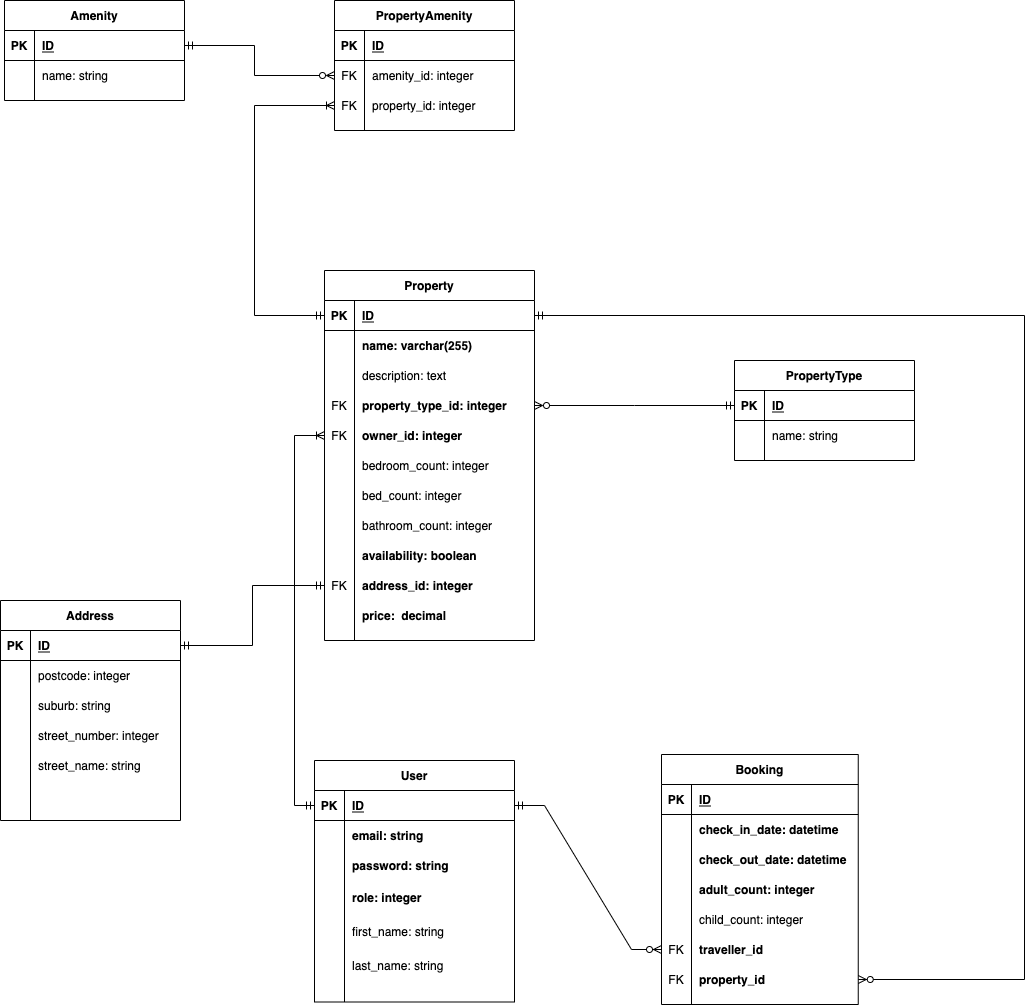
Above: app/assets/docs/marketplace_enjoyz.drawio.png in shaneqi72/Enjoyz (draw.io), before the change. Source tidied: cells renumbered, new cells last; positions are measured from the earlier drawing's top-left corner, leaving out a move shared by most shapes.
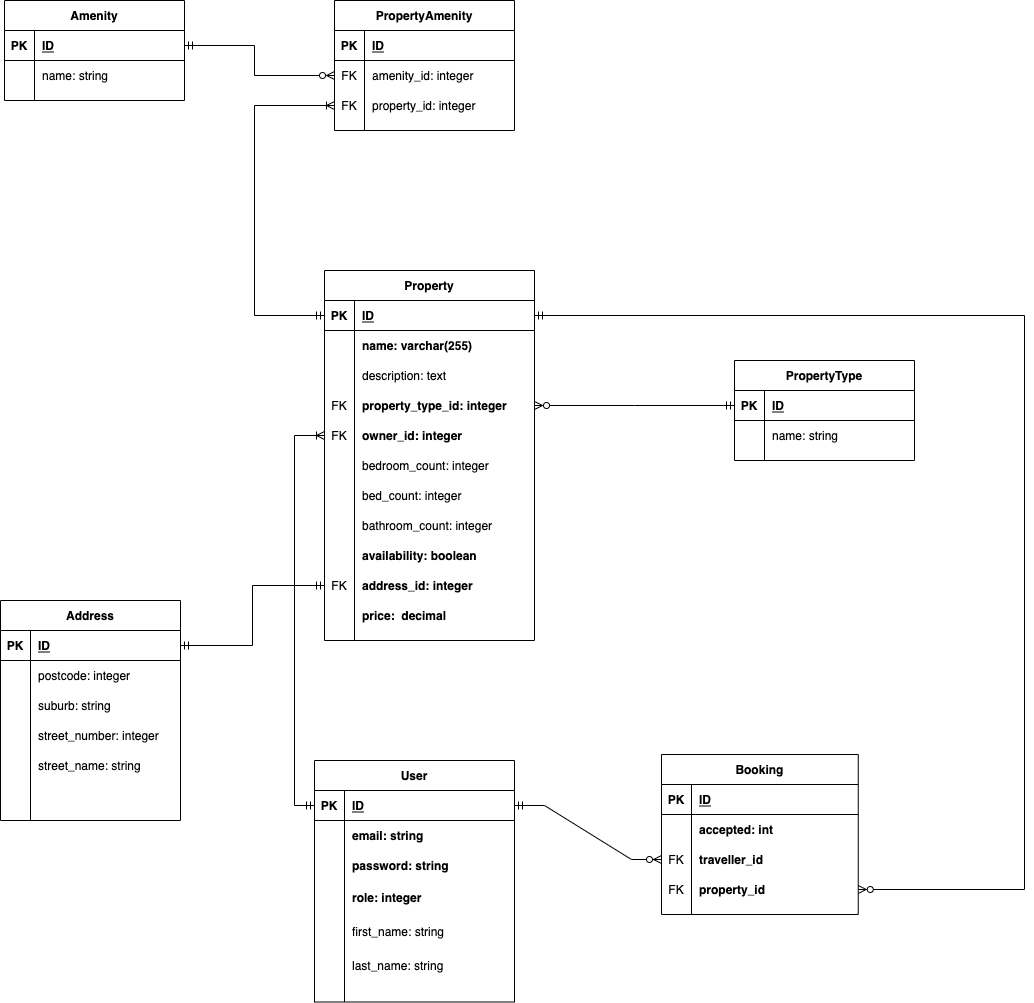
Above is the later version.

What changed in the source:
```diff
@@ -218,7 +218,7 @@
       </mxGeometry>
     </mxCell>
     <mxCell id="72" value="Booking" style="shape=table;startSize=30;rowLines=0;fontStyle=1;align=center;" parent="1" vertex="1">
-      <mxGeometry x="661" y="754" width="196.8" height="250" as="geometry" />
+      <mxGeometry x="661" y="754" width="196.8" height="160" as="geometry" />
     </mxCell>
     <mxCell id="73" style="shape=partialRectangle;fillColor=none;top=0;left=0;bottom=1;right=0;" parent="72" vertex="1">
       <mxGeometry y="30" width="196.8" height="30" as="geometry" />
@@ -235,38 +235,11 @@
     <mxCell id="77" style="shape=partialRectangle;fillColor=none;top=0;left=0;bottom=0;right=0;overflow=hidden;" parent="76" vertex="1">
       <mxGeometry width="30" height="30" as="geometry" />
     </mxCell>
-    <mxCell id="78" value="check_in_date: datetime" style="shape=partialRectangle;fillColor=none;top=0;left=0;bottom=0;right=0;align=left;spacingLeft=6;overflow=hidden;fontStyle=1;" parent="76" vertex="1">
+    <mxCell id="78" value="accepted: int" style="shape=partialRectangle;fillColor=none;top=0;left=0;bottom=0;right=0;align=left;spacingLeft=6;overflow=hidden;fontStyle=1;" parent="76" vertex="1">
       <mxGeometry x="30" width="166.8" height="30" as="geometry" />
     </mxCell>
-    <mxCell id="79" style="shape=partialRectangle;fillColor=none;top=0;left=0;bottom=0;right=0;" parent="72" vertex="1">
-      <mxGeometry y="90" width="196.8" height="30" as="geometry" />
-    </mxCell>
-    <mxCell id="80" style="shape=partialRectangle;fillColor=none;top=0;left=0;bottom=0;right=0;overflow=hidden;" parent="79" vertex="1">
-      <mxGeometry width="30" height="30" as="geometry" />
-    </mxCell>
-    <mxCell id="81" value="check_out_date: datetime" style="shape=partialRectangle;fillColor=none;top=0;left=0;bottom=0;right=0;align=left;spacingLeft=6;overflow=hidden;fontStyle=1;" parent="79" vertex="1">
-      <mxGeometry x="30" width="166.8" height="30" as="geometry" />
-    </mxCell>
-    <mxCell id="82" style="shape=partialRectangle;fillColor=none;top=0;left=0;bottom=0;right=0;" parent="72" vertex="1">
-      <mxGeometry y="120" width="196.8" height="30" as="geometry" />
-    </mxCell>
-    <mxCell id="83" style="shape=partialRectangle;fillColor=none;top=0;left=0;bottom=0;right=0;overflow=hidden;" parent="82" vertex="1">
-      <mxGeometry width="30" height="30" as="geometry" />
-    </mxCell>
-    <mxCell id="84" value="adult_count: integer" style="shape=partialRectangle;fillColor=none;top=0;left=0;bottom=0;right=0;align=left;spacingLeft=6;overflow=hidden;fontStyle=1;" parent="82" vertex="1">
-      <mxGeometry x="30" width="166.8" height="30" as="geometry" />
-    </mxCell>
-    <mxCell id="85" style="shape=partialRectangle;fillColor=none;top=0;left=0;bottom=0;right=0;" parent="72" vertex="1">
-      <mxGeometry y="150" width="196.8" height="30" as="geometry" />
-    </mxCell>
-    <mxCell id="86" style="shape=partialRectangle;fillColor=none;top=0;left=0;bottom=0;right=0;overflow=hidden;" parent="85" vertex="1">
-      <mxGeometry width="30" height="30" as="geometry" />
-    </mxCell>
-    <mxCell id="87" value="child_count: integer" style="shape=partialRectangle;fillColor=none;top=0;left=0;bottom=0;right=0;align=left;spacingLeft=6;overflow=hidden;" parent="85" vertex="1">
-      <mxGeometry x="30" width="166.8" height="30" as="geometry" />
-    </mxCell>
     <mxCell id="88" style="shape=partialRectangle;fillColor=none;top=0;left=0;bottom=0;right=0;points=[[0,0.5],[1,0.5]];portConstraint=eastwest;" parent="72" vertex="1">
-      <mxGeometry y="180" width="196.8" height="30" as="geometry" />
+      <mxGeometry y="90" width="196.8" height="30" as="geometry" />
     </mxCell>
     <mxCell id="89" value="FK" style="shape=partialRectangle;fillColor=none;top=0;left=0;bottom=0;right=0;overflow=hidden;" parent="88" vertex="1">
       <mxGeometry width="30" height="30" as="geometry" />
@@ -275,7 +248,7 @@
       <mxGeometry x="30" width="166.8" height="30" as="geometry" />
     </mxCell>
     <mxCell id="91" style="shape=partialRectangle;fillColor=none;top=0;left=0;bottom=0;right=0;points=[[0,0.5],[1,0.5]];portConstraint=eastwest;" parent="72" vertex="1">
-      <mxGeometry y="210" width="196.8" height="30" as="geometry" />
+      <mxGeometry y="120" width="196.8" height="30" as="geometry" />
     </mxCell>
     <mxCell id="92" value="FK" style="shape=partialRectangle;fillColor=none;top=0;left=0;bottom=0;right=0;overflow=hidden;" parent="91" vertex="1">
       <mxGeometry width="30" height="30" as="geometry" />
```
